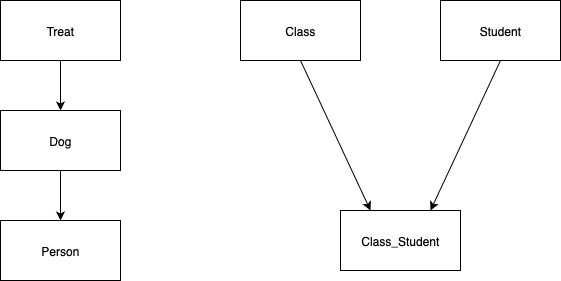
Above: mkdocs/docs/assets/fk_dependencies.drawio.png in bens-schreiber/cloesce (draw.io), before the change. Source tidied: cells renumbered, new cells last; positions are measured from the earlier drawing's top-left corner, leaving out a move shared by most shapes.
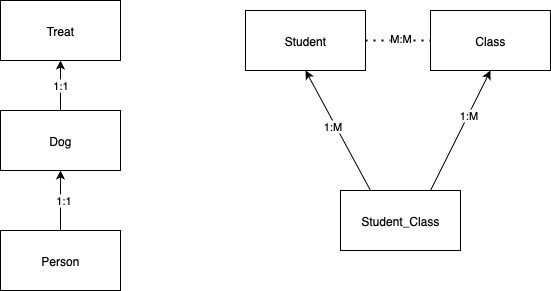
The same file after the commit.

Diff of the diagram source:
```diff
@@ -2,35 +2,54 @@
   <root>
     <mxCell id="0" />
     <mxCell id="1" parent="0" />
+    <mxCell id="6" value="Treat" style="rounded=0;whiteSpace=wrap;html=1;" parent="1" vertex="1">
+      <mxGeometry x="30" y="140" width="120" height="60" as="geometry" />
+    </mxCell>
+    <mxCell id="12" value="1:1" style="edgeStyle=orthogonalEdgeStyle;rounded=0;jettySize=auto;html=1;exitX=0.5;exitY=0;exitDx=0;exitDy=0;entryX=0.5;entryY=1;entryDx=0;entryDy=0;" parent="1" edge="1" source="4" target="6">
+      <mxGeometry relative="1" as="geometry" />
+    </mxCell>
+    <mxCell id="4" value="Dog" style="rounded=0;whiteSpace=wrap;html=1;" parent="1" vertex="1">
+      <mxGeometry x="30" y="250" width="120" height="60" as="geometry" />
+    </mxCell>
+    <mxCell id="13" style="edgeStyle=orthogonalEdgeStyle;rounded=0;jettySize=auto;html=1;exitX=0.5;exitY=0;exitDx=0;exitDy=0;entryX=0.5;entryY=1;entryDx=0;entryDy=0;" parent="1" edge="1" source="2" target="4">
+      <mxGeometry relative="1" as="geometry" />
+    </mxCell>
+    <mxCell id="14" value="1:1" style="edgeLabel;html=1;align=center;verticalAlign=middle;" parent="13" vertex="1">
+      <mxGeometry x="0.03" y="-2" relative="1" as="geometry" />
+    </mxCell>
     <mxCell id="2" value="Person" style="rounded=0;whiteSpace=wrap;html=1;" parent="1" vertex="1">
-      <mxGeometry y="220" width="120" height="60" as="geometry" />
+      <mxGeometry x="30" y="370" width="120" height="60" as="geometry" />
     </mxCell>
-    <mxCell id="3" style="edgeStyle=orthogonalEdgeStyle;rounded=0;jettySize=auto;html=1;entryX=0.5;entryY=0;entryDx=0;entryDy=0;" parent="1" edge="1" source="4" target="2">
-      <mxGeometry relative="1" as="geometry" />
-    </mxCell>
-    <mxCell id="4" value="Dog" style="rounded=0;whiteSpace=wrap;html=1;" parent="1" vertex="1">
-      <mxGeometry y="110" width="120" height="60" as="geometry" />
-    </mxCell>
-    <mxCell id="5" style="edgeStyle=orthogonalEdgeStyle;rounded=0;jettySize=auto;html=1;entryX=0.5;entryY=0;entryDx=0;entryDy=0;" parent="1" edge="1" source="6" target="4">
-      <mxGeometry relative="1" as="geometry" />
-    </mxCell>
-    <mxCell id="6" value="Treat" style="rounded=0;whiteSpace=wrap;html=1;" parent="1" vertex="1">
-      <mxGeometry width="120" height="60" as="geometry" />
-    </mxCell>
-    <mxCell id="7" style="edgeStyle=none;rounded=0;jettySize=auto;html=1;exitX=0.5;exitY=1;exitDx=0;exitDy=0;entryX=0.25;entryY=0;entryDx=0;entryDy=0;" parent="1" edge="1" source="8" target="11">
-      <mxGeometry relative="1" as="geometry" />
-    </mxCell>
+    <mxCell id="10" value="Student" style="rounded=0;whiteSpace=wrap;html=1;" parent="1" vertex="1">
+      <mxGeometry x="275" y="150" width="120" height="60" as="geometry" />
+    </mxCell>
     <mxCell id="8" value="Class" style="rounded=0;whiteSpace=wrap;html=1;" parent="1" vertex="1">
-      <mxGeometry x="240" width="120" height="60" as="geometry" />
+      <mxGeometry x="460" y="150" width="120" height="60" as="geometry" />
     </mxCell>
-    <mxCell id="9" style="edgeStyle=none;rounded=0;jettySize=auto;html=1;exitX=0.5;exitY=1;exitDx=0;exitDy=0;entryX=0.75;entryY=0;entryDx=0;entryDy=0;" parent="1" edge="1" source="10" target="11">
-      <mxGeometry relative="1" as="geometry" />
-    </mxCell>
-    <mxCell id="10" value="Student" style="rounded=0;whiteSpace=wrap;html=1;" parent="1" vertex="1">
-      <mxGeometry x="440" width="120" height="60" as="geometry" />
-    </mxCell>
-    <mxCell id="11" value="Class_Student" style="rounded=0;whiteSpace=wrap;html=1;" parent="1" vertex="1">
-      <mxGeometry x="340" y="210" width="120" height="60" as="geometry" />
-    </mxCell>
+    <mxCell id="15" style="edgeStyle=none;rounded=0;jettySize=auto;html=1;exitX=0.25;exitY=0;exitDx=0;exitDy=0;entryX=0.5;entryY=1;entryDx=0;entryDy=0;" parent="1" edge="1" source="19" target="10">
+      <mxGeometry relative="1" as="geometry" />
+    </mxCell>
+    <mxCell id="16" value="1:M" style="edgeLabel;html=1;align=center;verticalAlign=middle;" parent="15" vertex="1">
+      <mxGeometry x="0.1" y="2" relative="1" as="geometry">
+        <mxPoint x="-1" as="offset" />
+      </mxGeometry>
+    </mxCell>
+    <mxCell id="17" style="edgeStyle=none;rounded=0;jettySize=auto;html=1;exitX=0.75;exitY=0;exitDx=0;exitDy=0;entryX=0.5;entryY=1;entryDx=0;entryDy=0;" parent="1" edge="1" source="19" target="8">
+      <mxGeometry relative="1" as="geometry" />
+    </mxCell>
+    <mxCell id="18" value="1:M" style="edgeLabel;html=1;align=center;verticalAlign=middle;" parent="17" vertex="1">
+      <mxGeometry x="0.25" relative="1" as="geometry" />
+    </mxCell>
+    <mxCell id="19" value="Student_Class" style="rounded=0;whiteSpace=wrap;html=1;" parent="1" vertex="1">
+      <mxGeometry x="370" y="330" width="120" height="60" as="geometry" />
+    </mxCell>
+    <mxCell id="20" style="endArrow=none;dashed=1;html=1;dashPattern=1 3;strokeWidth=2;rounded=0;entryX=0;entryY=0.5;entryDx=0;entryDy=0;" parent="1" edge="1" target="8">
+      <mxGeometry relative="1" as="geometry">
+        <mxPoint x="395" y="180" as="sourcePoint" />
+      </mxGeometry>
+    </mxCell>
+    <mxCell id="21" value="M:M" style="edgeLabel;html=1;align=center;verticalAlign=middle;" parent="20" vertex="1">
+      <mxGeometry x="0.05" y="3" relative="1" as="geometry" />
+    </mxCell>
   </root>
 </mxGraphModel>
```
